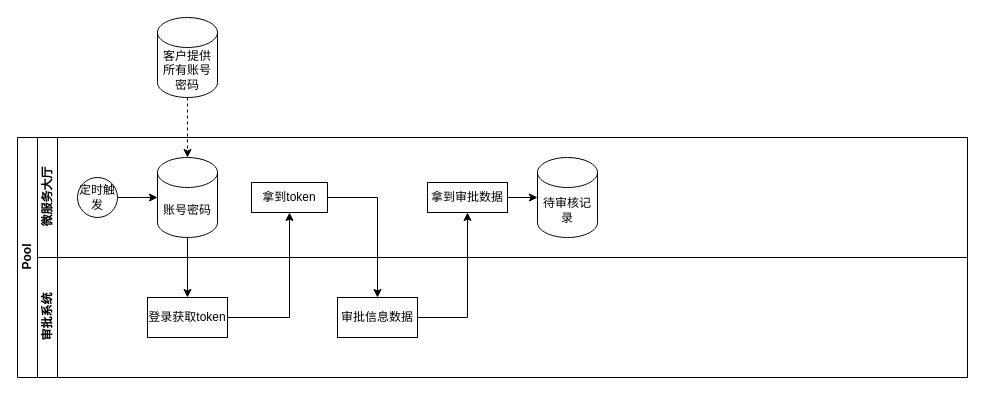
The draw.io diagram 工作项目/皖能同步.drawio in springcloud-boot/draw.io, before the edit. Source tidied: cells renumbered, new cells numbered last; positions are measured from the earlier drawing's top-left corner, leaving out a move shared by most shapes. Both pictures are drawn from the tidied source at 100%, with x=0, y=0 at pixel (17, 17).
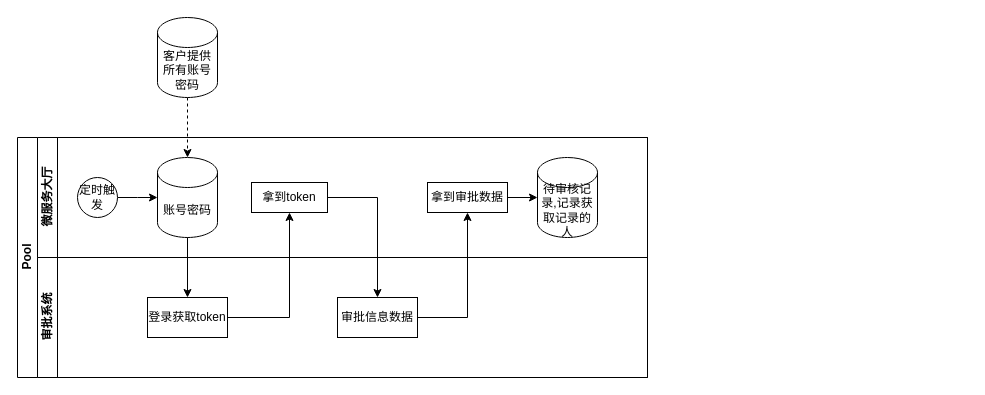
Above is the later version.

Commit message:
更新皖能同步.drawio

The edit, as a diff of the source:
```diff
@@
     <mxCell id="2" value="Pool" style="swimlane;html=1;horizontal=0;startSize=20;" parent="1" vertex="1">
-      <mxGeometry y="120" width="950" height="240" as="geometry" />
+      <mxGeometry y="120" width="630" height="240" as="geometry" />
     </mxCell>
     <mxCell id="3" value="微服务大厅" style="swimlane;html=1;startSize=20;horizontal=0;" parent="2" vertex="1">
-      <mxGeometry x="20" width="930" height="120" as="geometry" />
+      <mxGeometry x="20" width="610" height="120" as="geometry" />
     </mxCell>
@@
-    <mxCell id="9" value="待审核记录" style="shape=cylinder3;whiteSpace=wrap;html=1;boundedLbl=1;backgroundOutline=1;size=15;" parent="3" vertex="1">
+    <mxCell id="9" value="待审核记录,记录获取记录的人" style="shape=cylinder3;whiteSpace=wrap;html=1;boundedLbl=1;backgroundOutline=1;size=15;" parent="3" vertex="1">
       <mxGeometry x="500" y="20" width="60" height="80" as="geometry" />
     </mxCell>
@@
     <mxCell id="11" value="审批系统" style="swimlane;html=1;startSize=20;horizontal=0;" parent="2" vertex="1">
-      <mxGeometry x="20" y="120" width="930" height="120" as="geometry" />
+      <mxGeometry x="20" y="120" width="610" height="120" as="geometry" />
     </mxCell>
```
